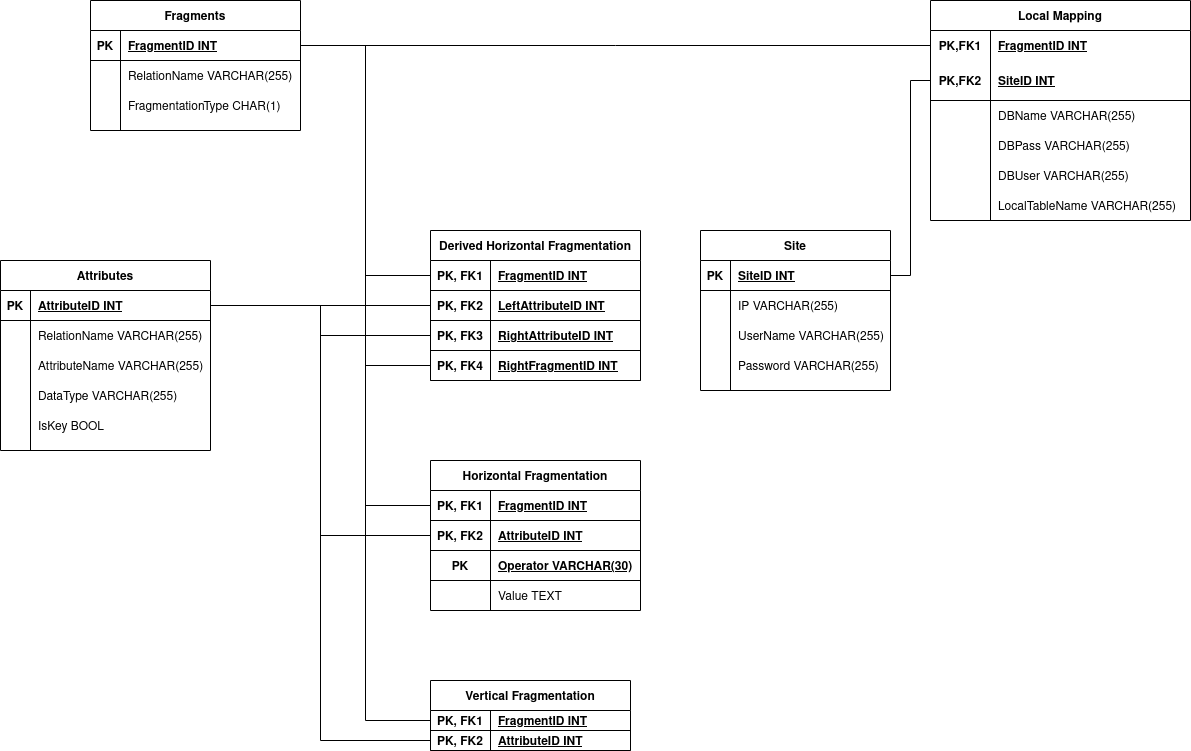
Before: Architecture Diagrams/System Catalogue-Relational Model.png, a diagram exported from draw.io (alti-tude/distributed_dbms). Source tidied: cells renumbered, new cells last; positions are measured from the earlier drawing's top-left corner, leaving out a move shared by most shapes.
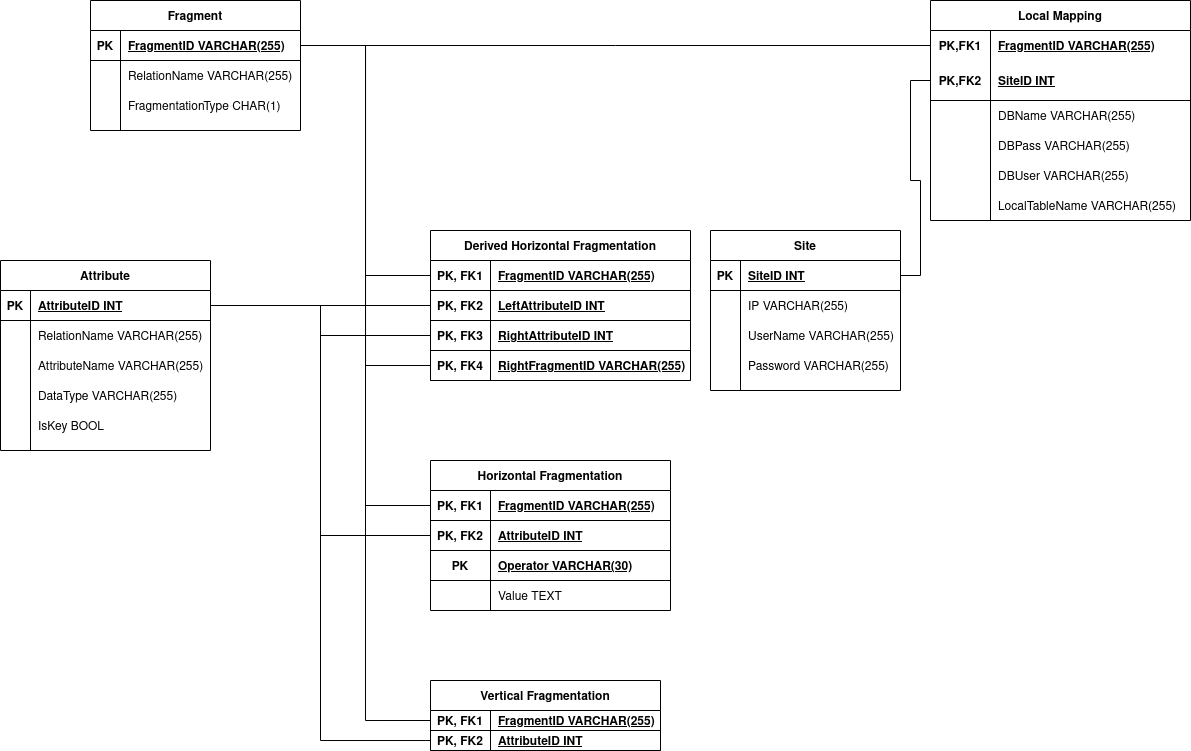
The same diagram one commit later.

Change to the diagram source:
```diff
@@ -2,7 +2,7 @@
   <root>
     <mxCell id="0" />
     <mxCell id="1" parent="0" />
-    <mxCell id="2" value="Attributes" style="shape=table;startSize=30;rowLines=0;fontStyle=1;align=center;" parent="1" vertex="1">
+    <mxCell id="2" value="Attribute" style="shape=table;startSize=30;rowLines=0;fontStyle=1;align=center;" parent="1" vertex="1">
       <mxGeometry y="260" width="210" height="190" as="geometry" />
     </mxCell>
     <mxCell id="3" style="shape=partialRectangle;fillColor=none;top=0;left=0;bottom=1;right=0;points=[[0,0.5],[1,0.5]];portConstraint=eastwest;" parent="2" vertex="1">
@@ -51,106 +51,106 @@
       <mxGeometry x="30" width="180" height="30" as="geometry" />
     </mxCell>
     <mxCell id="18" value="Vertical Fragmentation" style="shape=table;startSize=30;rowLines=0;fontStyle=1;align=center;" parent="1" vertex="1">
-      <mxGeometry x="430" y="680" width="200" height="70" as="geometry" />
+      <mxGeometry x="430" y="680" width="230" height="70" as="geometry" />
     </mxCell>
     <mxCell id="19" style="shape=partialRectangle;fillColor=none;top=0;left=0;bottom=1;right=0;points=[[0,0.5],[1,0.5]];portConstraint=eastwest;" parent="18" vertex="1">
-      <mxGeometry y="30" width="200" height="20" as="geometry" />
+      <mxGeometry y="30" width="230" height="20" as="geometry" />
     </mxCell>
     <mxCell id="20" value="PK, FK1" style="shape=partialRectangle;fillColor=none;top=0;left=0;bottom=0;right=0;fontStyle=1;overflow=hidden;" parent="19" vertex="1">
       <mxGeometry width="60" height="20" as="geometry" />
     </mxCell>
-    <mxCell id="21" value="FragmentID INT" style="shape=partialRectangle;fillColor=none;top=0;left=0;bottom=0;right=0;align=left;spacingLeft=6;fontStyle=5;overflow=hidden;" parent="19" vertex="1">
-      <mxGeometry x="60" width="140" height="20" as="geometry" />
+    <mxCell id="21" value="FragmentID VARCHAR(255)" style="shape=partialRectangle;fillColor=none;top=0;left=0;bottom=0;right=0;align=left;spacingLeft=6;fontStyle=5;overflow=hidden;" parent="19" vertex="1">
+      <mxGeometry x="60" width="170" height="20" as="geometry" />
     </mxCell>
     <mxCell id="22" style="shape=partialRectangle;fillColor=none;top=0;left=0;bottom=1;right=0;points=[[0,0.5],[1,0.5]];portConstraint=eastwest;" parent="18" vertex="1">
-      <mxGeometry y="50" width="200" height="20" as="geometry" />
+      <mxGeometry y="50" width="230" height="20" as="geometry" />
     </mxCell>
     <mxCell id="23" value="PK, FK2" style="shape=partialRectangle;fillColor=none;top=0;left=0;bottom=0;right=0;fontStyle=1;overflow=hidden;" parent="22" vertex="1">
       <mxGeometry width="60" height="20" as="geometry" />
     </mxCell>
     <mxCell id="24" value="AttributeID INT" style="shape=partialRectangle;fillColor=none;top=0;left=0;bottom=0;right=0;align=left;spacingLeft=6;fontStyle=5;overflow=hidden;" parent="22" vertex="1">
-      <mxGeometry x="60" width="140" height="20" as="geometry" />
+      <mxGeometry x="60" width="170" height="20" as="geometry" />
     </mxCell>
     <mxCell id="25" value="Derived Horizontal Fragmentation" style="shape=table;startSize=30;rowLines=0;fontStyle=1;align=center;" parent="1" vertex="1">
-      <mxGeometry x="430" y="230" width="210" height="150" as="geometry" />
+      <mxGeometry x="430" y="230" width="260" height="150" as="geometry" />
     </mxCell>
     <mxCell id="26" style="shape=partialRectangle;fillColor=none;top=0;left=0;bottom=1;right=0;points=[[0,0.5],[1,0.5]];portConstraint=eastwest;" parent="25" vertex="1">
-      <mxGeometry y="30" width="210" height="30" as="geometry" />
+      <mxGeometry y="30" width="260" height="30" as="geometry" />
     </mxCell>
     <mxCell id="27" value="PK, FK1" style="shape=partialRectangle;fillColor=none;top=0;left=0;bottom=0;right=0;fontStyle=1;overflow=hidden;" parent="26" vertex="1">
       <mxGeometry width="60" height="30" as="geometry" />
     </mxCell>
-    <mxCell id="28" value="FragmentID INT" style="shape=partialRectangle;fillColor=none;top=0;left=0;bottom=0;right=0;align=left;spacingLeft=6;fontStyle=5;overflow=hidden;" parent="26" vertex="1">
-      <mxGeometry x="60" width="150" height="30" as="geometry" />
+    <mxCell id="28" value="FragmentID VARCHAR(255)" style="shape=partialRectangle;fillColor=none;top=0;left=0;bottom=0;right=0;align=left;spacingLeft=6;fontStyle=5;overflow=hidden;" parent="26" vertex="1">
+      <mxGeometry x="60" width="200" height="30" as="geometry" />
     </mxCell>
     <mxCell id="29" style="shape=partialRectangle;fillColor=none;top=0;left=0;bottom=1;right=0;points=[[0,0.5],[1,0.5]];portConstraint=eastwest;" parent="25" vertex="1">
-      <mxGeometry y="60" width="210" height="30" as="geometry" />
+      <mxGeometry y="60" width="260" height="30" as="geometry" />
     </mxCell>
     <mxCell id="30" value="PK, FK2" style="shape=partialRectangle;fillColor=none;top=0;left=0;bottom=0;right=0;fontStyle=1;overflow=hidden;" parent="29" vertex="1">
       <mxGeometry width="60" height="30" as="geometry" />
     </mxCell>
     <mxCell id="31" value="LeftAttributeID INT" style="shape=partialRectangle;fillColor=none;top=0;left=0;bottom=0;right=0;align=left;spacingLeft=6;fontStyle=5;overflow=hidden;" parent="29" vertex="1">
-      <mxGeometry x="60" width="150" height="30" as="geometry" />
+      <mxGeometry x="60" width="200" height="30" as="geometry" />
     </mxCell>
     <mxCell id="32" style="shape=partialRectangle;fillColor=none;top=0;left=0;bottom=1;right=0;points=[[0,0.5],[1,0.5]];portConstraint=eastwest;" parent="25" vertex="1">
-      <mxGeometry y="90" width="210" height="30" as="geometry" />
+      <mxGeometry y="90" width="260" height="30" as="geometry" />
     </mxCell>
     <mxCell id="33" value="PK, FK3" style="shape=partialRectangle;fillColor=none;top=0;left=0;bottom=0;right=0;fontStyle=1;overflow=hidden;" parent="32" vertex="1">
       <mxGeometry width="60" height="30" as="geometry" />
     </mxCell>
     <mxCell id="34" value="RightAttributeID INT" style="shape=partialRectangle;fillColor=none;top=0;left=0;bottom=0;right=0;align=left;spacingLeft=6;fontStyle=5;overflow=hidden;" parent="32" vertex="1">
-      <mxGeometry x="60" width="150" height="30" as="geometry" />
+      <mxGeometry x="60" width="200" height="30" as="geometry" />
     </mxCell>
     <mxCell id="35" style="shape=partialRectangle;fillColor=none;top=0;left=0;bottom=1;right=0;points=[[0,0.5],[1,0.5]];portConstraint=eastwest;" parent="25" vertex="1">
-      <mxGeometry y="120" width="210" height="30" as="geometry" />
+      <mxGeometry y="120" width="260" height="30" as="geometry" />
     </mxCell>
     <mxCell id="36" value="PK, FK4" style="shape=partialRectangle;fillColor=none;top=0;left=0;bottom=0;right=0;fontStyle=1;overflow=hidden;" parent="35" vertex="1">
       <mxGeometry width="60" height="30" as="geometry" />
     </mxCell>
-    <mxCell id="37" value="RightFragmentID INT" style="shape=partialRectangle;fillColor=none;top=0;left=0;bottom=0;right=0;align=left;spacingLeft=6;fontStyle=5;overflow=hidden;" parent="35" vertex="1">
-      <mxGeometry x="60" width="150" height="30" as="geometry" />
+    <mxCell id="37" value="RightFragmentID VARCHAR(255)" style="shape=partialRectangle;fillColor=none;top=0;left=0;bottom=0;right=0;align=left;spacingLeft=6;fontStyle=5;overflow=hidden;" parent="35" vertex="1">
+      <mxGeometry x="60" width="200" height="30" as="geometry" />
     </mxCell>
     <mxCell id="38" value="Horizontal Fragmentation" style="shape=table;startSize=30;rowLines=0;fontStyle=1;align=center;" parent="1" vertex="1">
-      <mxGeometry x="430" y="460" width="210" height="150" as="geometry" />
+      <mxGeometry x="430" y="460" width="240" height="150" as="geometry" />
     </mxCell>
     <mxCell id="39" style="shape=partialRectangle;fillColor=none;top=0;left=0;bottom=1;right=0;points=[[0,0.5],[1,0.5]];portConstraint=eastwest;" parent="38" vertex="1">
-      <mxGeometry y="30" width="210" height="30" as="geometry" />
+      <mxGeometry y="30" width="240" height="30" as="geometry" />
     </mxCell>
     <mxCell id="40" value="PK, FK1" style="shape=partialRectangle;fillColor=none;top=0;left=0;bottom=0;right=0;fontStyle=1;overflow=hidden;" parent="39" vertex="1">
       <mxGeometry width="60" height="30" as="geometry" />
     </mxCell>
-    <mxCell id="41" value="FragmentID INT" style="shape=partialRectangle;fillColor=none;top=0;left=0;bottom=0;right=0;align=left;spacingLeft=6;fontStyle=5;overflow=hidden;" parent="39" vertex="1">
-      <mxGeometry x="60" width="150" height="30" as="geometry" />
+    <mxCell id="41" value="FragmentID VARCHAR(255)" style="shape=partialRectangle;fillColor=none;top=0;left=0;bottom=0;right=0;align=left;spacingLeft=6;fontStyle=5;overflow=hidden;" parent="39" vertex="1">
+      <mxGeometry x="60" width="180" height="30" as="geometry" />
     </mxCell>
     <mxCell id="42" style="shape=partialRectangle;fillColor=none;top=0;left=0;bottom=1;right=0;points=[[0,0.5],[1,0.5]];portConstraint=eastwest;" parent="38" vertex="1">
-      <mxGeometry y="60" width="210" height="30" as="geometry" />
+      <mxGeometry y="60" width="240" height="30" as="geometry" />
     </mxCell>
     <mxCell id="43" value="PK, FK2" style="shape=partialRectangle;fillColor=none;top=0;left=0;bottom=0;right=0;fontStyle=1;overflow=hidden;" parent="42" vertex="1">
       <mxGeometry width="60" height="30" as="geometry" />
     </mxCell>
     <mxCell id="44" value="AttributeID INT" style="shape=partialRectangle;fillColor=none;top=0;left=0;bottom=0;right=0;align=left;spacingLeft=6;fontStyle=5;overflow=hidden;" parent="42" vertex="1">
-      <mxGeometry x="60" width="150" height="30" as="geometry" />
+      <mxGeometry x="60" width="180" height="30" as="geometry" />
     </mxCell>
     <mxCell id="45" style="shape=partialRectangle;fillColor=none;top=0;left=0;bottom=1;right=0;" parent="38" vertex="1">
-      <mxGeometry y="90" width="210" height="30" as="geometry" />
+      <mxGeometry y="90" width="240" height="30" as="geometry" />
     </mxCell>
     <mxCell id="46" value="PK" style="shape=partialRectangle;fillColor=none;top=0;left=0;bottom=0;right=0;fontStyle=1;overflow=hidden;" parent="45" vertex="1">
       <mxGeometry width="60" height="30" as="geometry" />
     </mxCell>
     <mxCell id="47" value="Operator VARCHAR(30)" style="shape=partialRectangle;fillColor=none;top=0;left=0;bottom=0;right=0;align=left;spacingLeft=6;fontStyle=5;overflow=hidden;" parent="45" vertex="1">
-      <mxGeometry x="60" width="150" height="30" as="geometry" />
+      <mxGeometry x="60" width="180" height="30" as="geometry" />
     </mxCell>
     <mxCell id="48" style="shape=partialRectangle;fillColor=none;top=0;left=0;bottom=0;right=0;" parent="38" vertex="1">
-      <mxGeometry y="120" width="210" height="30" as="geometry" />
+      <mxGeometry y="120" width="240" height="30" as="geometry" />
     </mxCell>
     <mxCell id="49" style="shape=partialRectangle;fillColor=none;top=0;left=0;bottom=0;right=0;overflow=hidden;" parent="48" vertex="1">
       <mxGeometry width="60" height="30" as="geometry" />
     </mxCell>
     <mxCell id="50" value="Value TEXT" style="shape=partialRectangle;fillColor=none;top=0;left=0;bottom=0;right=0;align=left;spacingLeft=6;overflow=hidden;" parent="48" vertex="1">
-      <mxGeometry x="60" width="150" height="30" as="geometry" />
+      <mxGeometry x="60" width="180" height="30" as="geometry" />
     </mxCell>
     <mxCell id="51" value="Site" style="shape=table;startSize=30;rowLines=0;fontStyle=1;align=center;" parent="1" vertex="1">
-      <mxGeometry x="700" y="230" width="190" height="160" as="geometry" />
+      <mxGeometry x="710" y="230" width="190" height="160" as="geometry" />
     </mxCell>
     <mxCell id="52" style="shape=partialRectangle;fillColor=none;top=0;left=0;bottom=1;right=0;points=[[0,0.5],[1,0.5]];portConstraint=eastwest;" parent="51" vertex="1">
       <mxGeometry y="30" width="190" height="30" as="geometry" />
@@ -188,7 +188,7 @@
     <mxCell id="63" value="Password VARCHAR(255)" style="shape=partialRectangle;fillColor=none;top=0;left=0;bottom=0;right=0;align=left;spacingLeft=6;overflow=hidden;" parent="61" vertex="1">
       <mxGeometry x="30" width="160" height="30" as="geometry" />
     </mxCell>
-    <mxCell id="64" value="Fragments" style="shape=table;startSize=30;rowLines=0;fontStyle=1;align=center;" parent="1" vertex="1">
+    <mxCell id="64" value="Fragment" style="shape=table;startSize=30;rowLines=0;fontStyle=1;align=center;" parent="1" vertex="1">
       <mxGeometry x="90" width="210" height="130" as="geometry" />
     </mxCell>
     <mxCell id="65" style="shape=partialRectangle;fillColor=none;top=0;left=0;bottom=1;right=0;points=[[0,0.5],[1,0.5]];portConstraint=eastwest;" parent="64" vertex="1">
@@ -197,7 +197,7 @@
     <mxCell id="66" value="PK" style="shape=partialRectangle;fillColor=none;top=0;left=0;bottom=0;right=0;fontStyle=1;overflow=hidden;" parent="65" vertex="1">
       <mxGeometry width="30" height="30" as="geometry" />
     </mxCell>
-    <mxCell id="67" value="FragmentID INT" style="shape=partialRectangle;fillColor=none;top=0;left=0;bottom=0;right=0;align=left;spacingLeft=6;fontStyle=5;overflow=hidden;" parent="65" vertex="1">
+    <mxCell id="67" value="FragmentID VARCHAR(255)" style="shape=partialRectangle;fillColor=none;top=0;left=0;bottom=0;right=0;align=left;spacingLeft=6;fontStyle=5;overflow=hidden;" parent="65" vertex="1">
       <mxGeometry x="30" width="180" height="30" as="geometry" />
     </mxCell>
     <mxCell id="68" style="shape=partialRectangle;fillColor=none;top=0;left=0;bottom=0;right=0;" parent="64" vertex="1">
@@ -242,7 +242,7 @@
     <mxCell id="81" value="PK,FK1" style="shape=partialRectangle;fillColor=none;top=0;left=0;bottom=0;right=0;fontStyle=1;overflow=hidden;" parent="80" vertex="1">
       <mxGeometry width="60" height="30" as="geometry" />
     </mxCell>
-    <mxCell id="82" value="FragmentID INT" style="shape=partialRectangle;fillColor=none;top=0;left=0;bottom=0;right=0;align=left;spacingLeft=6;fontStyle=5;overflow=hidden;" parent="80" vertex="1">
+    <mxCell id="82" value="FragmentID VARCHAR(255)" style="shape=partialRectangle;fillColor=none;top=0;left=0;bottom=0;right=0;align=left;spacingLeft=6;fontStyle=5;overflow=hidden;" parent="80" vertex="1">
       <mxGeometry x="60" width="200" height="30" as="geometry" />
     </mxCell>
     <mxCell id="83" style="shape=partialRectangle;fillColor=none;top=0;left=0;bottom=1;right=0;points=[[0,0.5],[1,0.5]];portConstraint=eastwest;" parent="79" vertex="1">
```
